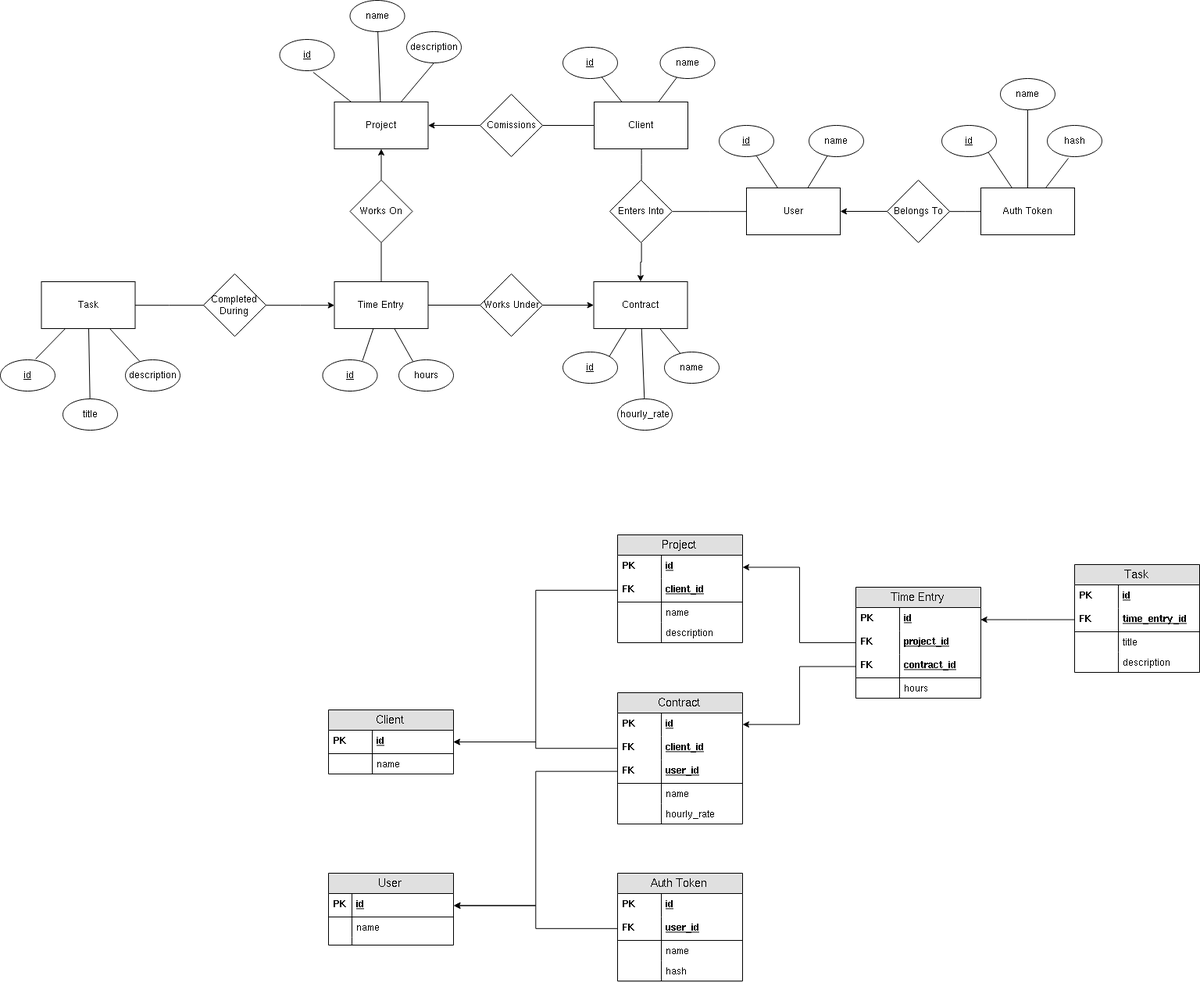
This is api/data-model.png from Noah-Huppert/time-tracker, a draw.io export, as it was before one commit. Source tidied: cells renumbered, new cells last; positions are measured from the earlier drawing's top-left corner, leaving out a move shared by most shapes.
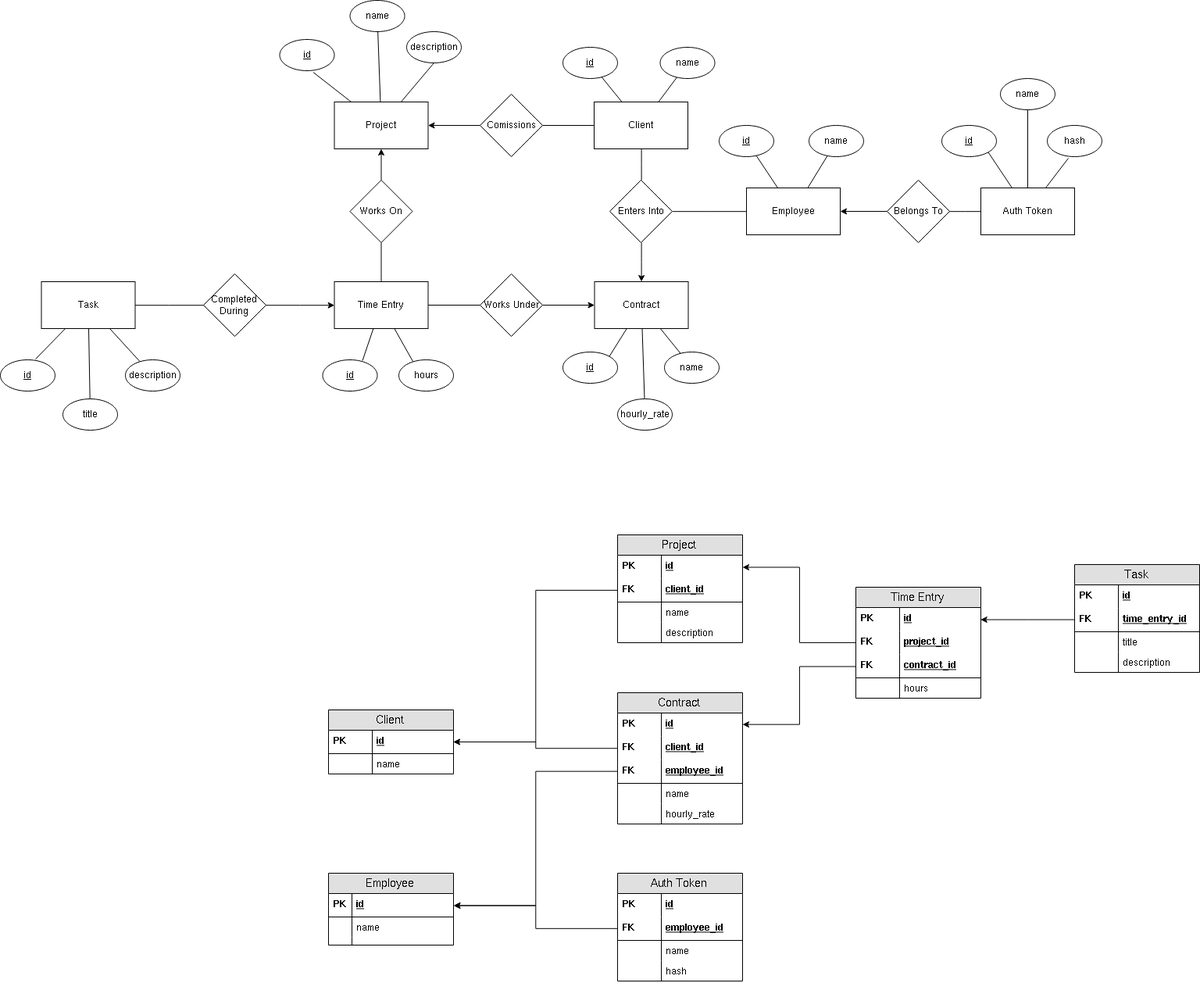
The same diagram one commit later.

Commit message:
api: renamed relation user->employee in data model diagram

Diff of the diagram source:
```diff
@@ -11,7 +11,7 @@
     <mxCell id="4" style="edgeStyle=none;rounded=0;jettySize=auto;html=1;startArrow=none;startFill=0;endArrow=none;endFill=0;strokeColor=#000000;" parent="1" edge="1" source="5" target="7">
       <mxGeometry relative="1" as="geometry" />
     </mxCell>
-    <mxCell id="5" value="&lt;div&gt;User&lt;/div&gt;" style="rounded=0;whiteSpace=wrap;html=1;" parent="1" vertex="1">
+    <mxCell id="5" value="Employee" style="rounded=0;whiteSpace=wrap;html=1;" parent="1" vertex="1">
       <mxGeometry x="955" y="240" width="120" height="60" as="geometry" />
     </mxCell>
     <mxCell id="6" value="&lt;u&gt;id&lt;/u&gt;" style="ellipse;whiteSpace=wrap;html=1;" parent="1" vertex="1">
@@ -81,7 +81,7 @@
       <mxGeometry relative="1" as="geometry" />
     </mxCell>
     <mxCell id="28" value="Contract" style="rounded=0;whiteSpace=wrap;html=1;" parent="1" vertex="1">
-      <mxGeometry x="759.5" y="360" width="120" height="60" as="geometry" />
+      <mxGeometry x="760.5" y="360" width="120" height="60" as="geometry" />
     </mxCell>
     <mxCell id="29" value="&lt;u&gt;id&lt;/u&gt;" style="ellipse;whiteSpace=wrap;html=1;" parent="1" vertex="1">
       <mxGeometry x="720" y="450" width="70" height="40" as="geometry" />
@@ -155,7 +155,7 @@
     <mxCell id="52" value="Works On" style="rhombus;whiteSpace=wrap;html=1;" parent="1" vertex="1">
       <mxGeometry x="447.5" y="230" width="80" height="80" as="geometry" />
     </mxCell>
-    <mxCell id="53" value="User" style="swimlane;fontStyle=0;horizontal=1;startSize=26;fillColor=#e0e0e0;swimlaneFillColor=#ffffff;align=center;fontSize=14;" parent="1" vertex="1">
+    <mxCell id="53" value="Employee" style="swimlane;fontStyle=0;horizontal=1;startSize=26;fillColor=#e0e0e0;swimlaneFillColor=#ffffff;align=center;fontSize=14;" parent="1" vertex="1">
       <mxGeometry x="420" y="1117" width="160" height="92" as="geometry" />
     </mxCell>
     <mxCell id="54" value="id" style="shape=partialRectangle;top=0;left=0;right=0;bottom=1;align=left;verticalAlign=middle;fillColor=none;spacingLeft=34;spacingRight=4;overflow=hidden;points=[[0,0.5],[1,0.5]];portConstraint=eastwest;fontStyle=5;fontSize=12;" parent="53" vertex="1">
@@ -185,7 +185,7 @@
     <mxCell id="62" value="PK" style="shape=partialRectangle;fontStyle=1;top=0;left=0;bottom=0;fillColor=none;align=left;verticalAlign=middle;spacingLeft=4;spacingRight=4;overflow=hidden;fontSize=12;" parent="61" vertex="1">
       <mxGeometry width="56" height="30" as="geometry" />
     </mxCell>
-    <mxCell id="63" value="user_id" style="shape=partialRectangle;top=0;left=0;right=0;bottom=1;align=left;verticalAlign=middle;fillColor=none;spacingLeft=60;spacingRight=4;overflow=hidden;points=[[0,0.5],[1,0.5]];portConstraint=eastwest;fontStyle=5;fontSize=12;" parent="60" vertex="1">
+    <mxCell id="63" value="employee_id" style="shape=partialRectangle;top=0;left=0;right=0;bottom=1;align=left;verticalAlign=middle;fillColor=none;spacingLeft=60;spacingRight=4;overflow=hidden;points=[[0,0.5],[1,0.5]];portConstraint=eastwest;fontStyle=5;fontSize=12;" parent="60" vertex="1">
       <mxGeometry y="56" width="160" height="30" as="geometry" />
     </mxCell>
     <mxCell id="64" value="FK" style="shape=partialRectangle;fontStyle=1;top=0;left=0;bottom=0;fillColor=none;align=left;verticalAlign=middle;spacingLeft=4;spacingRight=4;overflow=hidden;fontSize=12;" parent="63" vertex="1">
@@ -233,7 +233,7 @@
     <mxCell id="78" value="FK" style="shape=partialRectangle;fontStyle=1;top=0;left=0;bottom=0;fillColor=none;align=left;verticalAlign=middle;spacingLeft=4;spacingRight=4;overflow=hidden;fontSize=12;" parent="77" vertex="1">
       <mxGeometry width="56" height="30" as="geometry" />
     </mxCell>
-    <mxCell id="79" value="user_id" style="shape=partialRectangle;top=0;left=0;right=0;bottom=1;align=left;verticalAlign=middle;fillColor=none;spacingLeft=60;spacingRight=4;overflow=hidden;points=[[0,0.5],[1,0.5]];portConstraint=eastwest;fontStyle=5;fontSize=12;" parent="74" vertex="1">
+    <mxCell id="79" value="employee_id" style="shape=partialRectangle;top=0;left=0;right=0;bottom=1;align=left;verticalAlign=middle;fillColor=none;spacingLeft=60;spacingRight=4;overflow=hidden;points=[[0,0.5],[1,0.5]];portConstraint=eastwest;fontStyle=5;fontSize=12;" parent="74" vertex="1">
       <mxGeometry y="86" width="160" height="30" as="geometry" />
     </mxCell>
     <mxCell id="80" value="FK" style="shape=partialRectangle;fontStyle=1;top=0;left=0;bottom=0;fillColor=none;align=left;verticalAlign=middle;spacingLeft=4;spacingRight=4;overflow=hidden;fontSize=12;" parent="79" vertex="1">
```
